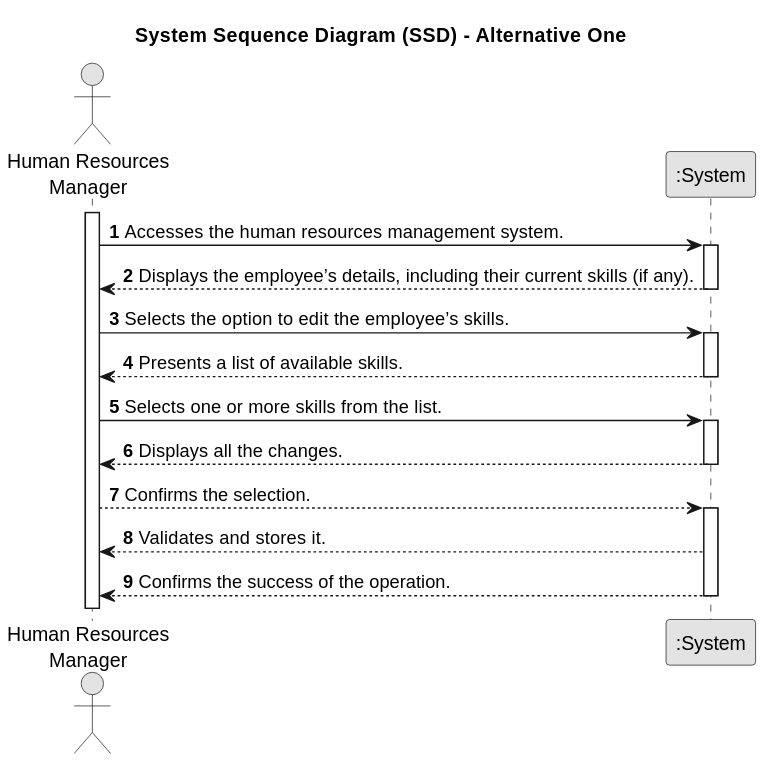
Earlier version of the PlantUML export docs/sprintA/us004/01.requirements-engineering/svg/us004-system-sequence-diagram-alternative-one.svg (SAEmanuel/Green_Spaces_Management_ISEP). Source of this version:
```plantuml
@startuml
skinparam monochrome true
skinparam packageStyle rectangle
skinparam shadowing false

title System Sequence Diagram (SSD) - Alternative One

autonumber

actor "Human Resources\nManager" as HRM
participant ":System" as System

activate HRM

    HRM -> System : Accesses the human resources management system.
    activate System

    System --> HRM : Displays the employee’s details, including their current skills (if any).
    deactivate System

     HRM -> System : Selects the option to edit the employee’s skills.
    activate System

        System --> HRM : Presents a list of available skills.
    deactivate System

        HRM -> System : Selects one or more skills from the list.
    activate System

    System --> HRM : Displays all the changes.
    deactivate System

    HRM --> System : Confirms the selection.
    activate System

    System --> HRM : Validates and stores it.


    System --> HRM : Confirms the success of the operation.
    deactivate System
@enduml
```
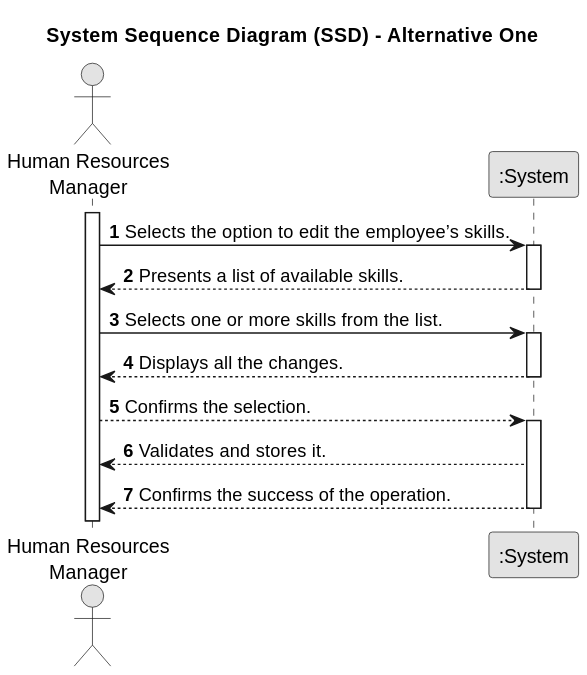
The same diagram one commit later.

Commit message:
US 04: Update SSD - Alternative One

Diff of the diagram source:
```diff
@@ -12,11 +12,6 @@
 
 activate HRM
 
-    HRM -> System : Accesses the human resources management system.
-    activate System
-
-    System --> HRM : Displays the employee’s details, including their current skills (if any).
-    deactivate System
 
      HRM -> System : Selects the option to edit the employee’s skills.
     activate System
```
